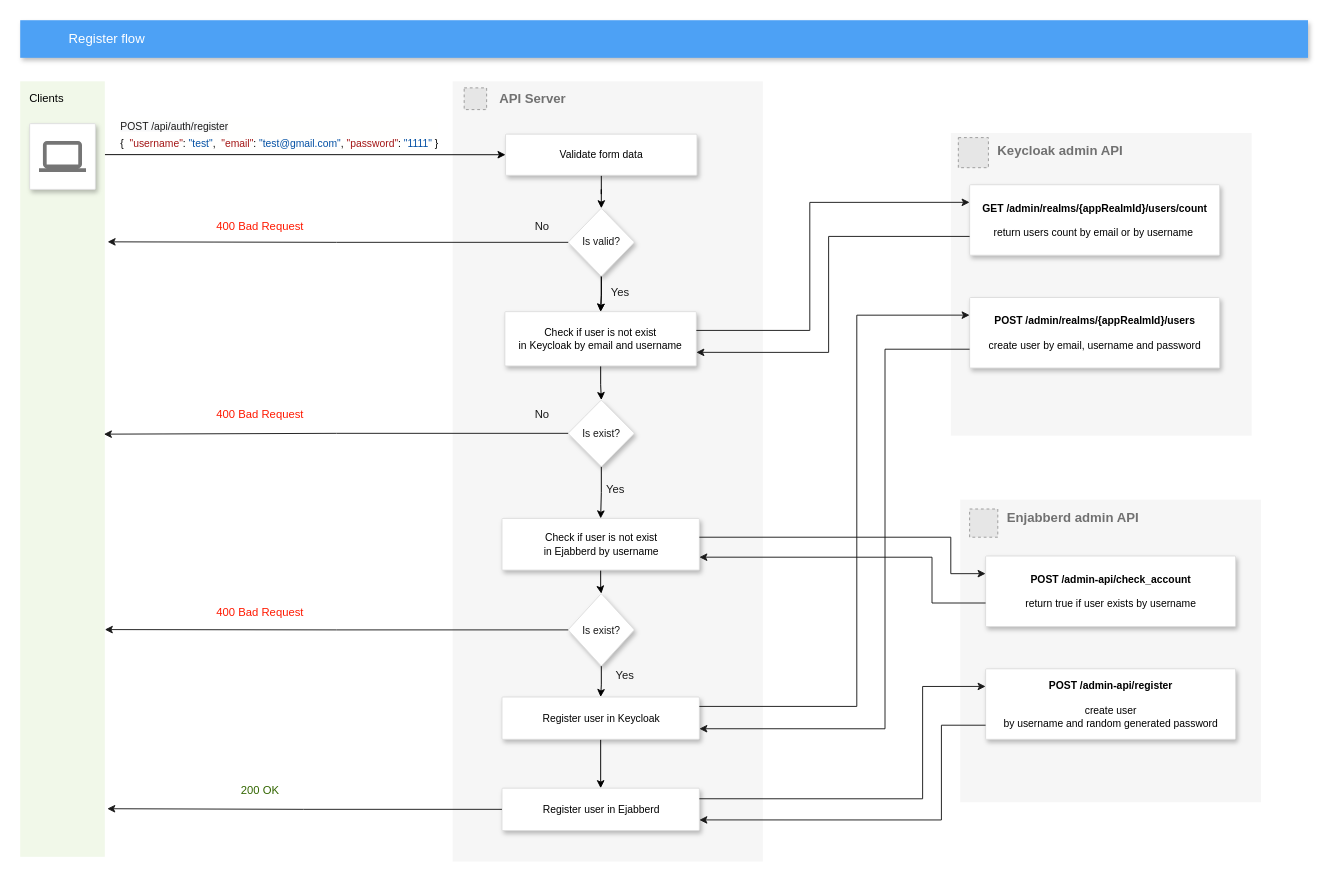
Earlier version of the draw.io diagram diagrams/Untitled Diagram.drawio (koldunb/draw-io). Source tidied: cells renumbered, new cells numbered last; positions are measured from the earlier drawing's top-left corner, leaving out a move shared by most shapes. Both pictures are drawn from the tidied source at 94%, with x=0, y=0 at pixel (20, 20). Pictures stored in the file or linked from it are replaced by grey dashed boxes.
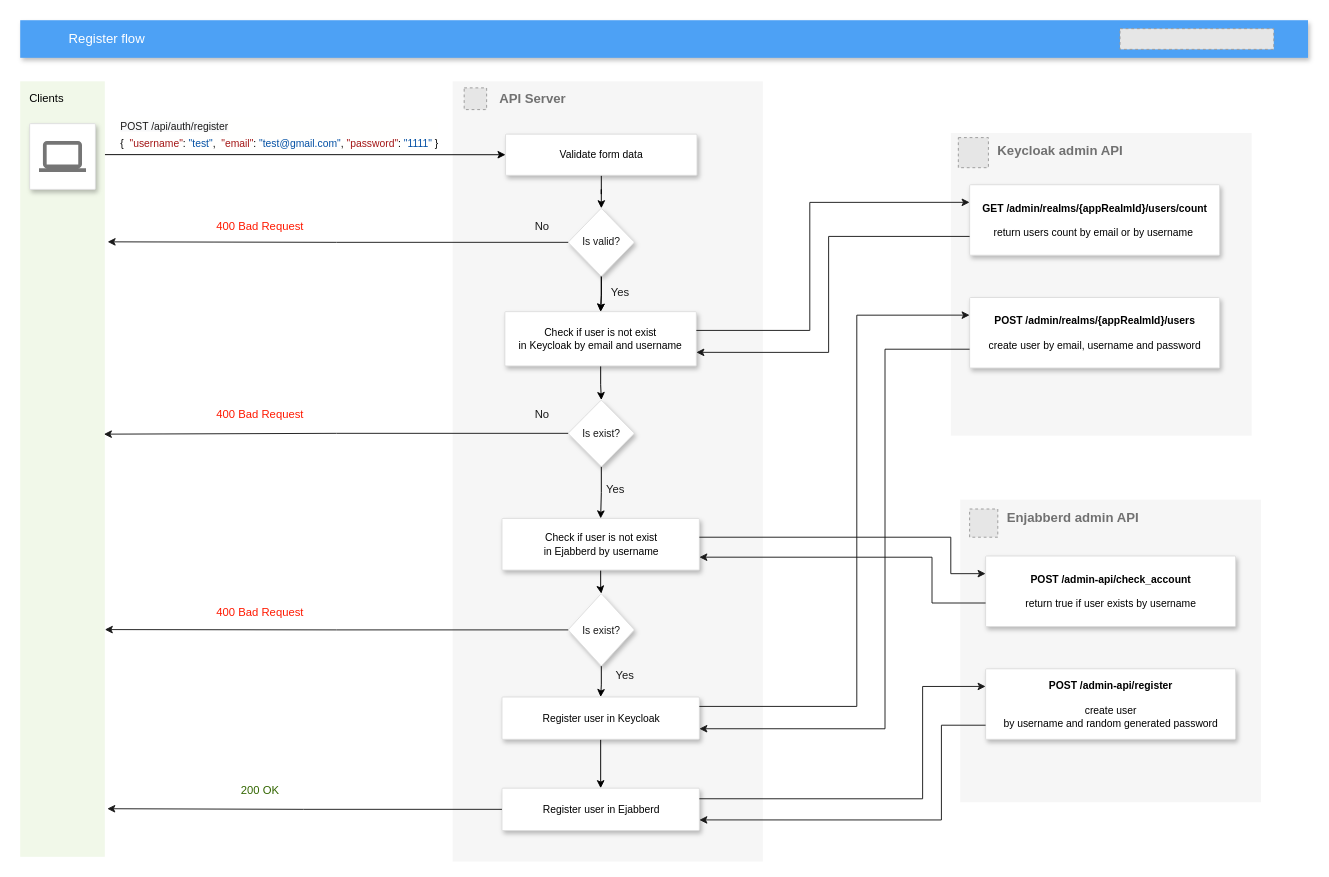
After the change.

Diff of the diagram source:
```diff
@@
+    <mxCell id="55" style="fillColor=#E6E6E6;strokeColor=#999999;dashed=1;verticalLabelPosition=bottom;verticalAlign=top;fontColor=#1A1A1A;rotation=0;" parent="1" vertex="1">
+      <mxGeometry x="1170" y="9" width="163.6" height="22" as="geometry" />
+    </mxCell>
```
